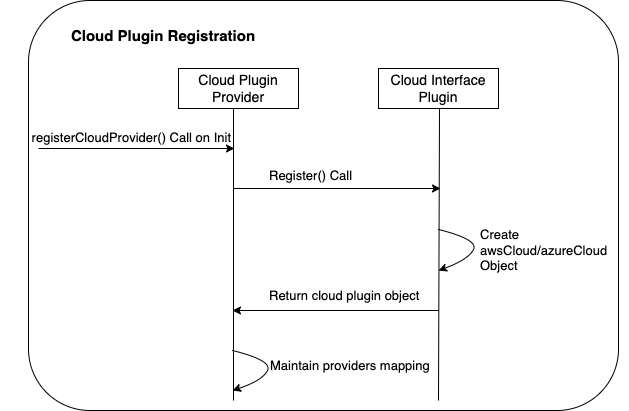
Earlier version of the draw.io export docs/assets/cloud-plugin-register.png (reachjainrahul/testrepo). Source tidied: cells renumbered, new cells last; positions are measured from the earlier drawing's top-left corner, leaving out a move shared by most shapes.
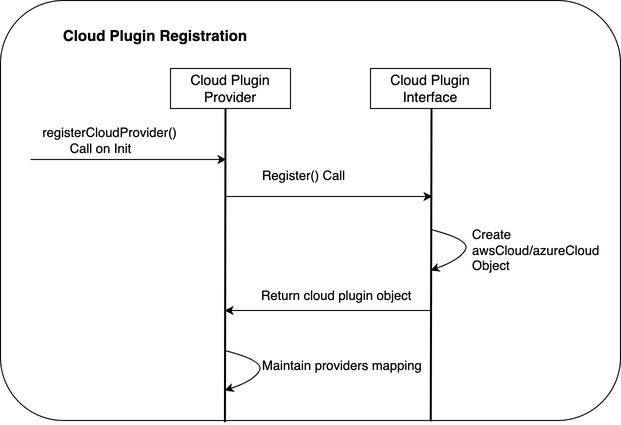
After the commit.

The edit, as a diff of the source:
```diff
@@ -3,43 +3,41 @@
     <mxCell id="0" />
     <mxCell id="1" parent="0" />
     <mxCell id="2" style="rounded=1;whiteSpace=wrap;html=1;" parent="1" vertex="1">
-      <mxGeometry x="28" width="590" height="410" as="geometry" />
+      <mxGeometry x="8" width="620" height="420" as="geometry" />
     </mxCell>
     <mxCell id="3" value="Cloud Plugin Provider" style="rounded=0;whiteSpace=wrap;html=1;fontSize=14;" parent="1" vertex="1">
       <mxGeometry x="178" y="68" width="120" height="40" as="geometry" />
     </mxCell>
-    <mxCell id="4" value="Cloud Interface&lt;br style=&quot;font-size: 14px;&quot;&gt;Plugin" style="rounded=0;whiteSpace=wrap;html=1;fontSize=14;" parent="1" vertex="1">
+    <mxCell id="4" value="Cloud Plugin&lt;br style=&quot;font-size: 14px;&quot;&gt;Interface" style="rounded=0;whiteSpace=wrap;html=1;fontSize=14;" parent="1" vertex="1">
       <mxGeometry x="378" y="68" width="120" height="40" as="geometry" />
     </mxCell>
-    <mxCell id="5" style="endArrow=none;html=1;rounded=0;" parent="1" edge="1">
+    <mxCell id="5" style="endArrow=none;html=1;rounded=0;strokeWidth=2;exitX=0.362;exitY=1.004;exitDx=0;exitDy=0;exitPerimeter=0;" parent="1" edge="1" source="2">
       <mxGeometry relative="1" as="geometry">
-        <mxPoint x="233" y="400" as="sourcePoint" />
         <mxPoint x="233" y="108" as="targetPoint" />
       </mxGeometry>
     </mxCell>
-    <mxCell id="6" style="endArrow=none;html=1;rounded=0;" parent="1" edge="1">
+    <mxCell id="6" style="endArrow=none;html=1;rounded=0;strokeWidth=2;exitX=0.694;exitY=1.002;exitDx=0;exitDy=0;exitPerimeter=0;" parent="1" edge="1" source="2">
       <mxGeometry relative="1" as="geometry">
-        <mxPoint x="438" y="400" as="sourcePoint" />
         <mxPoint x="439" y="108" as="targetPoint" />
       </mxGeometry>
     </mxCell>
     <mxCell id="7" style="endArrow=classic;html=1;rounded=0;" parent="1" edge="1">
       <mxGeometry relative="1" as="geometry">
-        <mxPoint x="38" y="148" as="sourcePoint" />
-        <mxPoint x="234" y="148" as="targetPoint" />
+        <mxPoint x="38" y="159" as="sourcePoint" />
+        <mxPoint x="234" y="159" as="targetPoint" />
       </mxGeometry>
     </mxCell>
-    <mxCell id="8" value="&lt;font style=&quot;font-size: 13px;&quot;&gt;&amp;nbsp; &amp;nbsp; &amp;nbsp; registerCloudProvider() Call on Init&lt;/font&gt;" style="text;html=1;align=center;verticalAlign=middle;strokeColor=none;fillColor=none;fontSize=13;" parent="1" vertex="1">
-      <mxGeometry y="122" width="240" height="30" as="geometry" />
+    <mxCell id="8" value="&lt;font style=&quot;font-size: 13px;&quot;&gt;&amp;nbsp; &amp;nbsp; &amp;nbsp; registerCloudProvider() &lt;br&gt;Call on Init&lt;/font&gt;" style="text;html=1;align=center;verticalAlign=middle;strokeColor=none;fillColor=none;fontSize=13;" parent="1" vertex="1">
+      <mxGeometry x="18" y="120" width="180" height="40" as="geometry" />
     </mxCell>
     <mxCell id="9" style="endArrow=classic;html=1;rounded=0;" parent="1" edge="1">
       <mxGeometry relative="1" as="geometry">
-        <mxPoint x="233" y="188" as="sourcePoint" />
-        <mxPoint x="440" y="188" as="targetPoint" />
+        <mxPoint x="233" y="196" as="sourcePoint" />
+        <mxPoint x="440" y="196" as="targetPoint" />
       </mxGeometry>
     </mxCell>
     <mxCell id="10" value="&lt;font style=&quot;font-size: 13px;&quot;&gt;Register() Call&lt;/font&gt;" style="text;html=1;align=left;verticalAlign=middle;strokeColor=none;fillColor=none;fontSize=13;" parent="1" vertex="1">
-      <mxGeometry x="267" y="160" width="110" height="30" as="geometry" />
+      <mxGeometry x="268" y="160" width="110" height="30" as="geometry" />
     </mxCell>
     <mxCell id="11" style="curved=1;endArrow=classic;html=1;rounded=0;" parent="1" edge="1">
       <mxGeometry relative="1" as="geometry">
```
